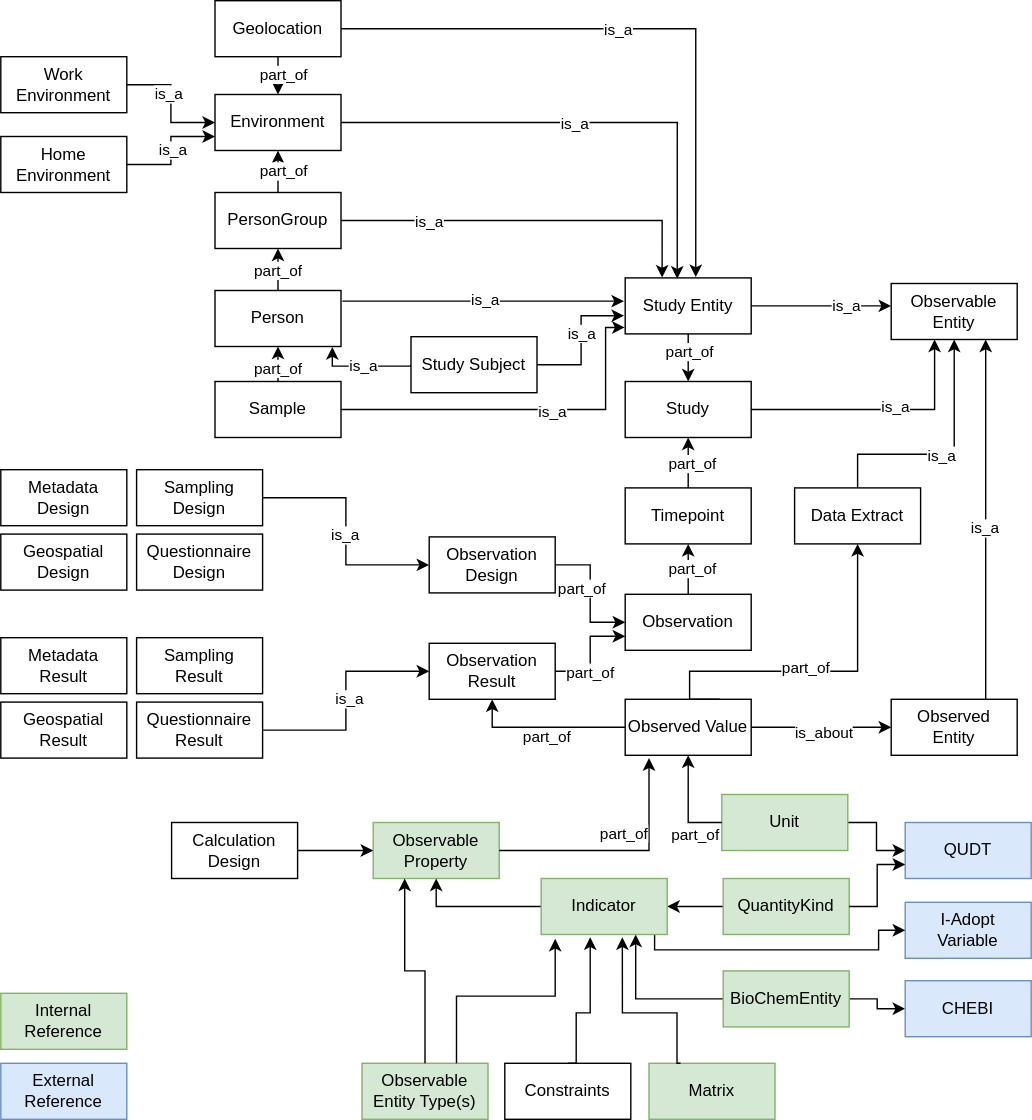
Earlier version of the draw.io export diagrams/PEH Entities Overview.svg (GertjanBisschop/parco-hbm). Source tidied: cells renumbered, new cells last; positions are measured from the earlier drawing's top-left corner, leaving out a move shared by most shapes.
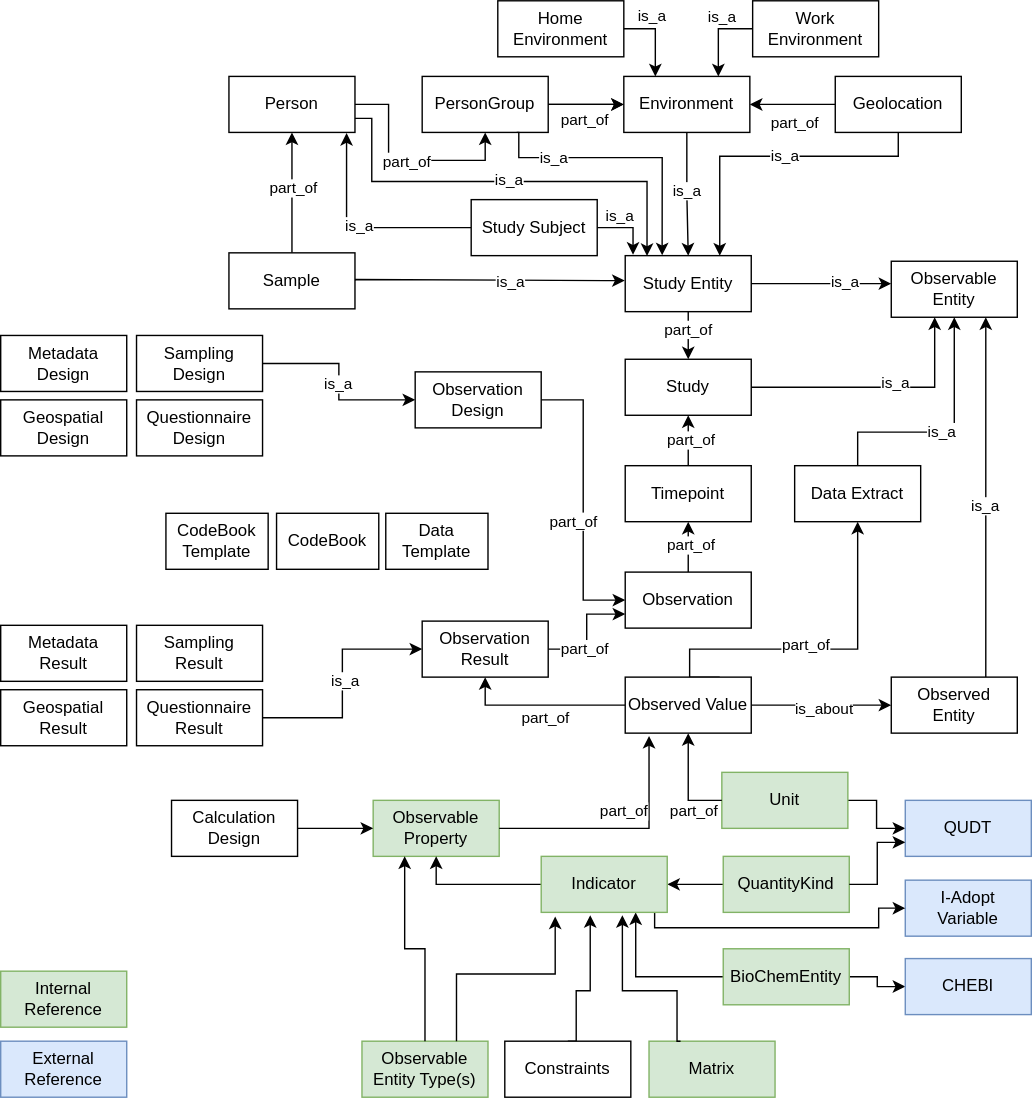
After the change.

What changed in the source:
```diff
@@ -2,6 +2,12 @@
   <root>
     <mxCell id="0" />
     <mxCell id="1" parent="0" />
+    <mxCell id="112" value="CodeBook Template" style="rounded=0;whiteSpace=wrap;html=1;" parent="1" vertex="1">
+      <mxGeometry x="118" y="382" width="73" height="40" as="geometry" />
+    </mxCell>
+    <mxCell id="113" value="CodeBook" style="rounded=0;whiteSpace=wrap;html=1;" parent="1" vertex="1">
+      <mxGeometry x="197" y="382" width="73" height="40" as="geometry" />
+    </mxCell>
     <mxCell id="2" value="Study" style="rounded=0;whiteSpace=wrap;html=1;" parent="1" vertex="1">
       <mxGeometry x="446" y="272" width="90" height="40" as="geometry" />
     </mxCell>
@@ -14,38 +20,50 @@
     <mxCell id="5" value="Timepoint" style="rounded=0;whiteSpace=wrap;html=1;" parent="1" vertex="1">
       <mxGeometry x="446" y="348" width="90" height="40" as="geometry" />
     </mxCell>
-    <mxCell id="6" style="edgeStyle=orthogonalEdgeStyle;rounded=0;jettySize=auto;html=1;entryX=0.5;entryY=0;entryDx=0;entryDy=0;" parent="1" edge="1" source="10" target="16">
+    <mxCell id="6" style="edgeStyle=orthogonalEdgeStyle;rounded=0;jettySize=auto;html=1;entryX=1;entryY=0.5;entryDx=0;entryDy=0;exitX=0;exitY=0.5;exitDx=0;exitDy=0;" parent="1" edge="1" source="10" target="16">
       <mxGeometry relative="1" as="geometry" />
     </mxCell>
     <mxCell id="7" value="part_of" style="edgeLabel;html=1;align=center;verticalAlign=middle;" parent="6" vertex="1">
-      <mxGeometry x="0.07" y="-3" relative="1" as="geometry" />
+      <mxGeometry x="0.07" y="-3" relative="1" as="geometry">
+        <mxPoint x="3" y="16" as="offset" />
+      </mxGeometry>
     </mxCell>
-    <mxCell id="8" style="edgeStyle=orthogonalEdgeStyle;rounded=0;jettySize=auto;html=1;entryX=0.56;entryY=-0.015;entryDx=0;entryDy=0;entryPerimeter=0;" parent="1" edge="1" source="10" target="82">
-      <mxGeometry relative="1" as="geometry" />
+    <mxCell id="8" style="edgeStyle=orthogonalEdgeStyle;rounded=0;jettySize=auto;html=1;entryX=0.75;entryY=0;entryDx=0;entryDy=0;exitX=0.5;exitY=1;exitDx=0;exitDy=0;" parent="1" edge="1" source="10" target="82">
+      <mxGeometry relative="1" as="geometry">
+        <Array as="points">
+          <mxPoint x="641" y="127" />
+          <mxPoint x="514" y="127" />
+        </Array>
+      </mxGeometry>
     </mxCell>
     <mxCell id="9" value="is_a" style="edgeLabel;html=1;align=center;verticalAlign=middle;" parent="8" vertex="1">
       <mxGeometry x="-0.09" relative="1" as="geometry" />
     </mxCell>
     <mxCell id="10" value="Geolocation" style="rounded=0;whiteSpace=wrap;html=1;" parent="1" vertex="1">
-      <mxGeometry x="153" width="90" height="40" as="geometry" />
+      <mxGeometry x="596" y="70" width="90" height="40" as="geometry" />
     </mxCell>
+    <mxCell id="114" style="edgeStyle=orthogonalEdgeStyle;rounded=0;jettySize=auto;html=1;" parent="1" edge="1" source="11" target="16">
+      <mxGeometry relative="1" as="geometry" />
+    </mxCell>
     <mxCell id="11" value="PersonGroup" style="rounded=0;whiteSpace=wrap;html=1;" parent="1" vertex="1">
-      <mxGeometry x="153" y="137" width="90" height="40" as="geometry" />
+      <mxGeometry x="301" y="70" width="90" height="40" as="geometry" />
     </mxCell>
-    <mxCell id="12" style="edgeStyle=orthogonalEdgeStyle;rounded=0;jettySize=auto;html=1;entryX=0;entryY=0.5;entryDx=0;entryDy=0;" parent="1" edge="1" source="14" target="16">
+    <mxCell id="12" style="edgeStyle=orthogonalEdgeStyle;rounded=0;jettySize=auto;html=1;entryX=0.75;entryY=0;entryDx=0;entryDy=0;exitX=0;exitY=0.5;exitDx=0;exitDy=0;" parent="1" edge="1" source="14" target="16">
       <mxGeometry relative="1" as="geometry" />
     </mxCell>
     <mxCell id="13" value="is_a" style="edgeLabel;html=1;align=center;verticalAlign=middle;" parent="12" vertex="1">
-      <mxGeometry x="-0.15" y="-2" relative="1" as="geometry" />
+      <mxGeometry x="-0.15" y="-2" relative="1" as="geometry">
+        <mxPoint x="4" y="-9" as="offset" />
+      </mxGeometry>
     </mxCell>
     <mxCell id="14" value="Work Environment" style="rounded=0;whiteSpace=wrap;html=1;" parent="1" vertex="1">
-      <mxGeometry y="40" width="90" height="40" as="geometry" />
+      <mxGeometry x="537" y="16" width="90" height="40" as="geometry" />
     </mxCell>
     <mxCell id="15" value="Home Environment" style="rounded=0;whiteSpace=wrap;html=1;" parent="1" vertex="1">
-      <mxGeometry y="97" width="90" height="40" as="geometry" />
+      <mxGeometry x="355" y="16" width="90" height="40" as="geometry" />
     </mxCell>
     <mxCell id="16" value="Environment" style="rounded=0;whiteSpace=wrap;html=1;" parent="1" vertex="1">
-      <mxGeometry x="153" y="67" width="90" height="40" as="geometry" />
+      <mxGeometry x="445" y="70" width="90" height="40" as="geometry" />
     </mxCell>
     <mxCell id="17" style="edgeStyle=orthogonalEdgeStyle;rounded=0;jettySize=auto;html=1;entryX=0.5;entryY=1;entryDx=0;entryDy=0;" parent="1" edge="1" source="19" target="11">
       <mxGeometry relative="1" as="geometry" />
@@ -54,13 +72,13 @@
       <mxGeometry y="-1" relative="1" as="geometry" />
     </mxCell>
     <mxCell id="19" value="Person" style="rounded=0;whiteSpace=wrap;html=1;" parent="1" vertex="1">
-      <mxGeometry x="153" y="207" width="90" height="40" as="geometry" />
+      <mxGeometry x="163" y="70" width="90" height="40" as="geometry" />
     </mxCell>
     <mxCell id="20" value="Metadata&lt;br&gt;Result" style="rounded=0;whiteSpace=wrap;html=1;" parent="1" vertex="1">
-      <mxGeometry y="455" width="90" height="40" as="geometry" />
+      <mxGeometry y="462" width="90" height="40" as="geometry" />
     </mxCell>
     <mxCell id="21" value="Geospatial Design" style="rounded=0;whiteSpace=wrap;html=1;" parent="1" vertex="1">
-      <mxGeometry y="381" width="90" height="40" as="geometry" />
+      <mxGeometry y="301" width="90" height="40" as="geometry" />
     </mxCell>
     <mxCell id="22" style="edgeStyle=orthogonalEdgeStyle;rounded=0;jettySize=auto;html=1;" parent="1" edge="1" source="23" target="99">
       <mxGeometry relative="1" as="geometry" />
@@ -90,10 +108,10 @@
       <mxGeometry x="446" y="424" width="90" height="40" as="geometry" />
     </mxCell>
     <mxCell id="29" value="Sampling&lt;br&gt;Result" style="rounded=0;whiteSpace=wrap;html=1;" parent="1" vertex="1">
-      <mxGeometry x="97" y="455" width="90" height="40" as="geometry" />
+      <mxGeometry x="97" y="462" width="90" height="40" as="geometry" />
     </mxCell>
     <mxCell id="30" value="Sampling&lt;br&gt;Design" style="rounded=0;whiteSpace=wrap;html=1;" parent="1" vertex="1">
-      <mxGeometry x="97" y="335" width="90" height="40" as="geometry" />
+      <mxGeometry x="97" y="255" width="90" height="40" as="geometry" />
     </mxCell>
     <mxCell id="31" value="Calculation Design" style="rounded=0;whiteSpace=wrap;html=1;" parent="1" vertex="1">
       <mxGeometry x="122" y="587" width="90" height="40" as="geometry" />
@@ -132,7 +150,7 @@
       <mxGeometry x="0.02" y="-2" relative="1" as="geometry" />
     </mxCell>
     <mxCell id="39" value="Questionnaire Result" style="rounded=0;whiteSpace=wrap;html=1;" parent="1" vertex="1">
-      <mxGeometry x="97" y="501" width="90" height="40" as="geometry" />
+      <mxGeometry x="97" y="508" width="90" height="40" as="geometry" />
     </mxCell>
     <mxCell id="40" style="edgeStyle=orthogonalEdgeStyle;rounded=0;jettySize=auto;html=1;entryX=0;entryY=0.5;entryDx=0;entryDy=0;exitX=1;exitY=0.5;exitDx=0;exitDy=0;" parent="1" edge="1" source="30" target="95">
       <mxGeometry relative="1" as="geometry" />
@@ -141,7 +159,7 @@
       <mxGeometry x="0.03" y="-1" relative="1" as="geometry" />
     </mxCell>
     <mxCell id="42" value="Questionnaire Design" style="rounded=0;whiteSpace=wrap;html=1;" parent="1" vertex="1">
-      <mxGeometry x="97" y="381" width="90" height="40" as="geometry" />
+      <mxGeometry x="97" y="301" width="90" height="40" as="geometry" />
     </mxCell>
     <mxCell id="43" style="edgeStyle=orthogonalEdgeStyle;rounded=0;jettySize=auto;html=1;entryX=0.75;entryY=1;entryDx=0;entryDy=0;exitX=0;exitY=0.5;exitDx=0;exitDy=0;" parent="1" edge="1" source="45" target="61">
       <mxGeometry relative="1" as="geometry" />
@@ -155,23 +173,24 @@
     <mxCell id="46" style="edgeStyle=orthogonalEdgeStyle;rounded=0;jettySize=auto;html=1;exitX=0;exitY=0.5;exitDx=0;exitDy=0;entryX=0.931;entryY=1.01;entryDx=0;entryDy=0;entryPerimeter=0;" parent="1" edge="1" source="50" target="19">
       <mxGeometry relative="1" as="geometry">
         <Array as="points">
-          <mxPoint x="237" y="261" />
+          <mxPoint x="247" y="178" />
+          <mxPoint x="247" y="110" />
         </Array>
       </mxGeometry>
     </mxCell>
     <mxCell id="47" value="is_a" style="edgeLabel;html=1;align=center;verticalAlign=middle;" parent="46" vertex="1">
       <mxGeometry x="0.02" y="-1" relative="1" as="geometry" />
     </mxCell>
-    <mxCell id="48" style="edgeStyle=orthogonalEdgeStyle;rounded=0;jettySize=auto;html=1;entryX=-0.009;entryY=0.675;entryDx=0;entryDy=0;entryPerimeter=0;" parent="1" edge="1" source="50" target="82">
+    <mxCell id="48" style="edgeStyle=orthogonalEdgeStyle;rounded=0;jettySize=auto;html=1;entryX=0.062;entryY=-0.015;entryDx=0;entryDy=0;entryPerimeter=0;" parent="1" edge="1" source="50" target="82">
       <mxGeometry relative="1" as="geometry" />
     </mxCell>
     <mxCell id="49" value="is_a" style="edgeLabel;html=1;align=center;verticalAlign=middle;" parent="48" vertex="1">
       <mxGeometry relative="1" as="geometry">
-        <mxPoint y="-5" as="offset" />
+        <mxPoint x="-7" y="-8" as="offset" />
       </mxGeometry>
     </mxCell>
     <mxCell id="50" value="Study Subject" style="rounded=0;whiteSpace=wrap;html=1;" parent="1" vertex="1">
-      <mxGeometry x="293" y="240" width="90" height="40" as="geometry" />
+      <mxGeometry x="336" y="158" width="90" height="40" as="geometry" />
     </mxCell>
     <mxCell id="51" value="I-Adopt&lt;br&gt;Variable" style="rounded=0;whiteSpace=wrap;html=1;fillColor=#dae8fc;strokeColor=#6c8ebf;" parent="1" vertex="1">
       <mxGeometry x="646" y="644" width="90" height="40" as="geometry" />
@@ -228,30 +247,34 @@
     </mxCell>
     <mxCell id="63" value="part_of" style="edgeLabel;html=1;align=center;verticalAlign=middle;" parent="62" vertex="1">
       <mxGeometry y="5" relative="1" as="geometry">
-        <mxPoint x="1" y="1" as="offset" />
+        <mxPoint x="3" y="4" as="offset" />
       </mxGeometry>
     </mxCell>
     <mxCell id="64" value="Observed Value" style="rounded=0;whiteSpace=wrap;html=1;" parent="1" vertex="1">
       <mxGeometry x="446" y="499" width="90" height="40" as="geometry" />
     </mxCell>
-    <mxCell id="65" style="edgeStyle=orthogonalEdgeStyle;rounded=0;jettySize=auto;html=1;exitX=0.5;exitY=0;exitDx=0;exitDy=0;" parent="1" edge="1" source="11">
-      <mxGeometry relative="1" as="geometry">
-        <mxPoint x="198" y="107" as="targetPoint" />
-      </mxGeometry>
+    <mxCell id="65" style="edgeStyle=orthogonalEdgeStyle;rounded=0;jettySize=auto;html=1;exitX=1;exitY=0.5;exitDx=0;exitDy=0;entryX=0;entryY=0.5;entryDx=0;entryDy=0;" parent="1" edge="1" source="11" target="16">
+      <mxGeometry relative="1" as="geometry" />
     </mxCell>
     <mxCell id="66" value="part_of" style="edgeLabel;html=1;align=center;verticalAlign=middle;" parent="65" vertex="1">
-      <mxGeometry x="0.07" y="-3" relative="1" as="geometry" />
+      <mxGeometry x="0.07" y="-3" relative="1" as="geometry">
+        <mxPoint x="-4" y="8" as="offset" />
+      </mxGeometry>
     </mxCell>
-    <mxCell id="67" style="edgeStyle=orthogonalEdgeStyle;rounded=0;jettySize=auto;html=1;entryX=0;entryY=0.75;entryDx=0;entryDy=0;" parent="1" edge="1" source="15" target="16">
+    <mxCell id="67" style="edgeStyle=orthogonalEdgeStyle;rounded=0;jettySize=auto;html=1;entryX=0.25;entryY=0;entryDx=0;entryDy=0;exitX=1;exitY=0.5;exitDx=0;exitDy=0;" parent="1" edge="1" source="15" target="16">
       <mxGeometry relative="1" as="geometry" />
     </mxCell>
     <mxCell id="68" value="is_a" style="edgeLabel;html=1;align=center;verticalAlign=middle;" parent="67" vertex="1">
-      <mxGeometry x="0.02" y="-1" relative="1" as="geometry" />
+      <mxGeometry x="0.02" y="-1" relative="1" as="geometry">
+        <mxPoint x="-2" y="-15" as="offset" />
+      </mxGeometry>
     </mxCell>
-    <mxCell id="69" style="edgeStyle=orthogonalEdgeStyle;rounded=0;jettySize=auto;html=1;entryX=0.293;entryY=-0.005;entryDx=0;entryDy=0;entryPerimeter=0;exitX=1;exitY=0.5;exitDx=0;exitDy=0;" parent="1" edge="1" source="11" target="82">
+    <mxCell id="69" style="edgeStyle=orthogonalEdgeStyle;rounded=0;jettySize=auto;html=1;entryX=0.293;entryY=-0.005;entryDx=0;entryDy=0;entryPerimeter=0;exitX=0.75;exitY=1;exitDx=0;exitDy=0;" parent="1" edge="1" source="11" target="82">
       <mxGeometry relative="1" as="geometry">
         <Array as="points">
-          <mxPoint x="472" y="157" />
+          <mxPoint x="370" y="110" />
+          <mxPoint x="370" y="128" />
+          <mxPoint x="472" y="128" />
         </Array>
       </mxGeometry>
     </mxCell>
@@ -292,21 +315,23 @@
         <mxPoint y="-4" as="offset" />
       </mxGeometry>
     </mxCell>
-    <mxCell id="78" style="edgeStyle=orthogonalEdgeStyle;rounded=0;jettySize=auto;html=1;entryX=1;entryY=0.5;entryDx=0;entryDy=0;startArrow=classic;startFill=1;endArrow=none;endFill=0;exitX=-0.004;exitY=0.885;exitDx=0;exitDy=0;exitPerimeter=0;" parent="1" edge="1" source="82" target="109">
+    <mxCell id="78" style="edgeStyle=orthogonalEdgeStyle;rounded=0;jettySize=auto;html=1;entryX=1;entryY=0.5;entryDx=0;entryDy=0;startArrow=classic;startFill=1;endArrow=none;endFill=0;exitX=-0.004;exitY=0.445;exitDx=0;exitDy=0;exitPerimeter=0;" parent="1" edge="1" source="82" target="109">
       <mxGeometry relative="1" as="geometry">
         <Array as="points">
-          <mxPoint x="432" y="233" />
-          <mxPoint x="432" y="292" />
+          <mxPoint x="432" y="216" />
+          <mxPoint x="253" y="215" />
         </Array>
       </mxGeometry>
     </mxCell>
     <mxCell id="79" value="is_a" style="edgeLabel;html=1;align=center;verticalAlign=middle;" parent="78" vertex="1">
       <mxGeometry x="-0.15" y="1" relative="1" as="geometry" />
     </mxCell>
-    <mxCell id="80" style="edgeStyle=orthogonalEdgeStyle;rounded=0;jettySize=auto;html=1;exitX=-0.009;exitY=0.425;exitDx=0;exitDy=0;entryX=1.011;entryY=0.19;entryDx=0;entryDy=0;startArrow=classic;startFill=1;endArrow=none;endFill=0;exitPerimeter=0;entryPerimeter=0;" parent="1" edge="1" source="82" target="19">
+    <mxCell id="80" style="edgeStyle=orthogonalEdgeStyle;rounded=0;jettySize=auto;html=1;exitX=0.173;exitY=0.005;exitDx=0;exitDy=0;entryX=1;entryY=0.75;entryDx=0;entryDy=0;startArrow=classic;startFill=1;endArrow=none;endFill=0;exitPerimeter=0;" parent="1" edge="1" source="82" target="19">
       <mxGeometry relative="1" as="geometry">
         <Array as="points">
-          <mxPoint x="243" y="215" />
+          <mxPoint x="462" y="145" />
+          <mxPoint x="265" y="145" />
+          <mxPoint x="265" y="100" />
         </Array>
       </mxGeometry>
     </mxCell>
@@ -370,7 +395,7 @@
       </mxGeometry>
     </mxCell>
     <mxCell id="95" value="Observation Design" style="rounded=0;whiteSpace=wrap;html=1;" parent="1" vertex="1">
-      <mxGeometry x="306" y="383" width="90" height="40" as="geometry" />
+      <mxGeometry x="296" y="281" width="90" height="40" as="geometry" />
     </mxCell>
     <mxCell id="96" style="edgeStyle=orthogonalEdgeStyle;rounded=0;jettySize=auto;html=1;entryX=0;entryY=0.75;entryDx=0;entryDy=0;" parent="1" edge="1" source="98" target="28">
       <mxGeometry relative="1" as="geometry" />
@@ -379,7 +404,7 @@
       <mxGeometry x="-0.36" relative="1" as="geometry" />
     </mxCell>
     <mxCell id="98" value="Observation Result" style="rounded=0;whiteSpace=wrap;html=1;" parent="1" vertex="1">
-      <mxGeometry x="306" y="459" width="90" height="40" as="geometry" />
+      <mxGeometry x="301" y="459" width="90" height="40" as="geometry" />
     </mxCell>
     <mxCell id="99" value="QUDT" style="rounded=0;whiteSpace=wrap;html=1;fillColor=#dae8fc;strokeColor=#6c8ebf;" parent="1" vertex="1">
       <mxGeometry x="646" y="587" width="90" height="40" as="geometry" />
@@ -403,10 +428,10 @@
       <mxGeometry y="709" width="90" height="40" as="geometry" />
     </mxCell>
     <mxCell id="104" value="Metadata&lt;br&gt;Design" style="rounded=0;whiteSpace=wrap;html=1;" parent="1" vertex="1">
-      <mxGeometry y="335" width="90" height="40" as="geometry" />
+      <mxGeometry y="255" width="90" height="40" as="geometry" />
     </mxCell>
     <mxCell id="105" value="Geospatial Result" style="rounded=0;whiteSpace=wrap;html=1;" parent="1" vertex="1">
-      <mxGeometry y="501" width="90" height="40" as="geometry" />
+      <mxGeometry y="508" width="90" height="40" as="geometry" />
     </mxCell>
     <mxCell id="106" style="edgeStyle=orthogonalEdgeStyle;rounded=0;jettySize=auto;html=1;entryX=0;entryY=0.75;entryDx=0;entryDy=0;" parent="1" edge="1" source="53" target="99">
       <mxGeometry relative="1" as="geometry" />
@@ -418,13 +443,16 @@
       <mxGeometry x="0.08" y="-1" relative="1" as="geometry" />
     </mxCell>
     <mxCell id="109" value="Sample" style="rounded=0;whiteSpace=wrap;html=1;" parent="1" vertex="1">
-      <mxGeometry x="153" y="272" width="90" height="40" as="geometry" />
+      <mxGeometry x="163" y="196" width="90" height="40" as="geometry" />
     </mxCell>
-    <mxCell id="110" style="edgeStyle=orthogonalEdgeStyle;rounded=0;jettySize=auto;html=1;entryX=0.413;entryY=0.015;entryDx=0;entryDy=0;entryPerimeter=0;" parent="1" edge="1" source="16" target="82">
+    <mxCell id="110" style="edgeStyle=orthogonalEdgeStyle;rounded=0;jettySize=auto;html=1;entryX=0.5;entryY=0;entryDx=0;entryDy=0;" parent="1" edge="1" source="16" target="82">
       <mxGeometry relative="1" as="geometry" />
     </mxCell>
     <mxCell id="111" value="is_a" style="edgeLabel;html=1;align=center;verticalAlign=middle;" parent="110" vertex="1">
       <mxGeometry x="-0.06" relative="1" as="geometry" />
     </mxCell>
+    <mxCell id="115" value="Data&lt;br&gt;Template" style="rounded=0;whiteSpace=wrap;html=1;" parent="1" vertex="1">
+      <mxGeometry x="275" y="382" width="73" height="40" as="geometry" />
+    </mxCell>
   </root>
 </mxGraphModel>
```
